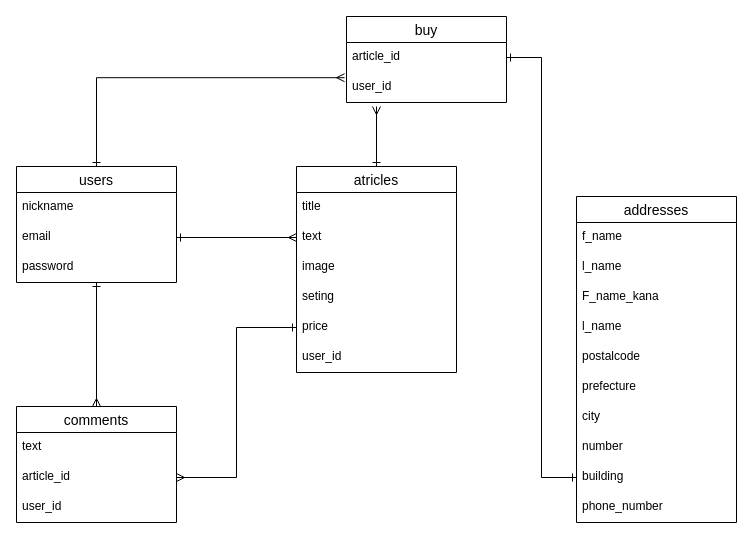
hikaruuuuuu/blog-app keeps this draw.io diagram as ER.dio. Above is the earlier version. Source tidied: cells renumbered, new cells numbered last; positions are measured from the earlier drawing's top-left corner, leaving out a move shared by most shapes. Both pictures are drawn from the tidied source at 100%, with x=0, y=0 at pixel (16, 16).
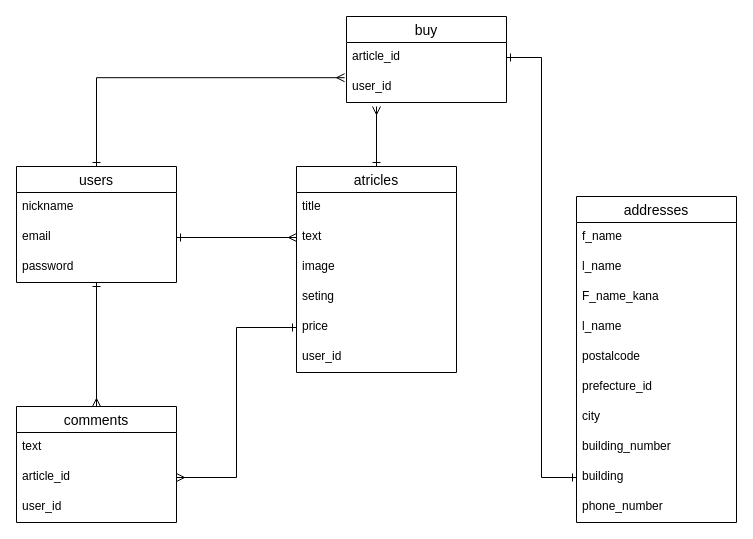
The same diagram, later.

Commit message (it also covers changes not shown here):
addresses table

The change refers to these unchanged cells:
```xml
<mxCell id="23" value="addresses" style="swimlane;fontStyle=0;horizontal=1;startSize=26;align=center;fontSize=14;" parent="1" vertex="1">
  <mxGeometry x="560" y="180" width="160" height="326" as="geometry" />
</mxCell>
```

Diff of the diagram source:
```diff
@@
-    <mxCell id="29" value="prefecture" style="text;strokeColor=none;fillColor=none;spacingLeft=4;spacingRight=4;overflow=hidden;fontSize=12;" parent="23" vertex="1">
+    <mxCell id="29" value="prefecture_id" style="text;strokeColor=none;fillColor=none;spacingLeft=4;spacingRight=4;overflow=hidden;fontSize=12;" parent="23" vertex="1">
       <mxGeometry y="176" width="160" height="30" as="geometry" />
     </mxCell>
@@
-    <mxCell id="31" value="number" style="text;strokeColor=none;fillColor=none;spacingLeft=4;spacingRight=4;overflow=hidden;fontSize=12;" parent="23" vertex="1">
+    <mxCell id="31" value="building_number" style="text;strokeColor=none;fillColor=none;spacingLeft=4;spacingRight=4;overflow=hidden;fontSize=12;" parent="23" vertex="1">
       <mxGeometry y="236" width="160" height="30" as="geometry" />
     </mxCell>
```
